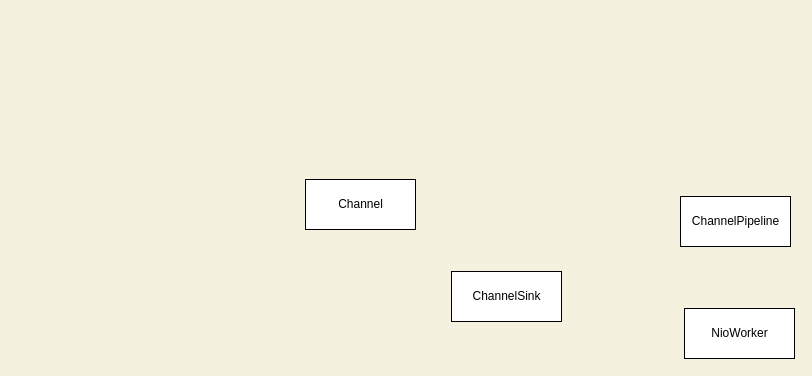
The draw.io diagram acceptingClientSocket.drawio in 11800222/MeleyForDiagramsStorage, before the edit. Source tidied: cells renumbered, new cells numbered last; positions are measured from the earlier drawing's top-left corner, leaving out a move shared by most shapes. Both pictures are drawn from the tidied source at 100%, with x=0, y=0 at pixel (305, 179).
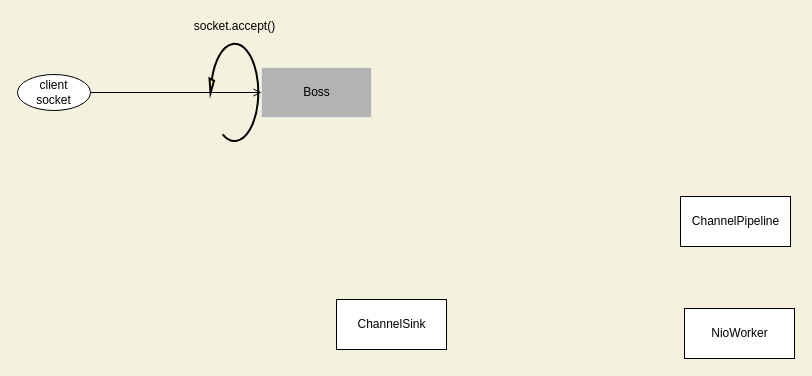
Above is the later version.

Diff of the diagram source:
```diff
@@
 <mxGraphModel background="#F4F1DE">
   <root>
     <mxCell id="0" />
     <mxCell id="1" parent="0" />
+    <mxCell id="6" style="edgeStyle=orthogonalEdgeStyle;rounded=0;jettySize=auto;html=1;exitX=0;exitY=0.5;exitDx=0;exitDy=0;startArrow=open;startFill=0;endArrow=none;endFill=0;entryX=1;entryY=0.5;entryDx=0;entryDy=0;" parent="1" edge="1" source="2" target="7">
+      <mxGeometry relative="1" as="geometry" />
+    </mxCell>
-    <mxCell id="2" value="Channel" style="html=1;" parent="1" vertex="1">
-      <mxGeometry width="110" height="50" as="geometry" />
+    <mxCell id="2" value="Boss" style="html=1;fillColor=#B3B3B3;strokeColor=#E6E6E6;" parent="1" vertex="1">
+      <mxGeometry x="-44" y="-112" width="110" height="50" as="geometry" />
     </mxCell>
     <mxCell id="3" value="ChannelSink" style="html=1;" parent="1" vertex="1">
-      <mxGeometry x="146" y="92" width="110" height="50" as="geometry" />
+      <mxGeometry x="31" y="120" width="110" height="50" as="geometry" />
     </mxCell>
     <mxCell id="4" value="ChannelPipeline" style="html=1;" parent="1" vertex="1">
       <mxGeometry x="375" y="17" width="110" height="50" as="geometry" />
     </mxCell>
     <mxCell id="5" value="NioWorker" style="html=1;" parent="1" vertex="1">
       <mxGeometry x="379" y="129" width="110" height="50" as="geometry" />
     </mxCell>
+    <mxCell id="7" value="client&lt;br&gt;socket" style="ellipse;whiteSpace=wrap;html=1;" parent="1" vertex="1">
+      <mxGeometry x="-288" y="-105" width="73" height="36" as="geometry" />
+    </mxCell>
+    <mxCell id="8" style="verticalLabelPosition=bottom;html=1;verticalAlign=top;strokeWidth=2;shape=mxgraph.lean_mapping.physical_pull;fillColor=#FFFA75;rotation=-180;" parent="1" vertex="1">
+      <mxGeometry x="-96" y="-136" width="49" height="98" as="geometry" />
+    </mxCell>
+    <mxCell id="9" value="socket.accept()" style="text;html=1;align=center;verticalAlign=middle;strokeColor=none;fillColor=none;" parent="1" vertex="1">
+      <mxGeometry x="-120.5" y="-162" width="98" height="18" as="geometry" />
+    </mxCell>
   </root>
 </mxGraphModel>
```
